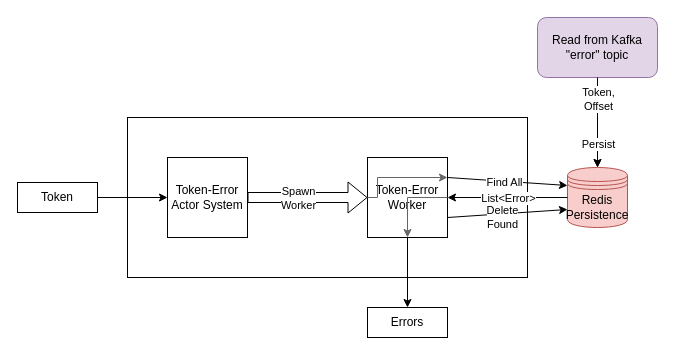
Before: filtered-resource-service/doc/Filtered-Resource-Errors-Actor-System.drawio in gchq/Palisade-services, a draw.io diagram. Source tidied: cells renumbered, new cells numbered last; positions are measured from the earlier drawing's top-left corner, leaving out a move shared by most shapes. Both pictures are drawn from the tidied source at 100%, with x=0, y=0 at pixel (17, -53).
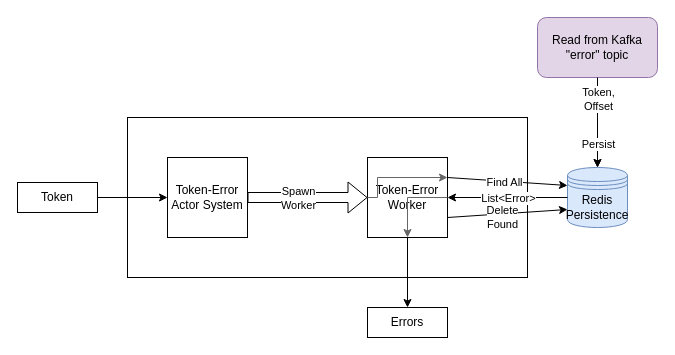
Above is the later version.

Change to the diagram source:
```diff
@@
-    <mxCell id="9" value="Redis Persistence" style="shape=datastore;whiteSpace=wrap;html=1;fillColor=#f8cecc;strokeColor=#b85450;" parent="1" vertex="1">
+    <mxCell id="9" value="Redis Persistence" style="shape=datastore;whiteSpace=wrap;html=1;fillColor=#dae8fc;strokeColor=#6c8ebf;" parent="1" vertex="1">
       <mxGeometry x="550" y="220" width="60" height="60" as="geometry" />
     </mxCell>
```
